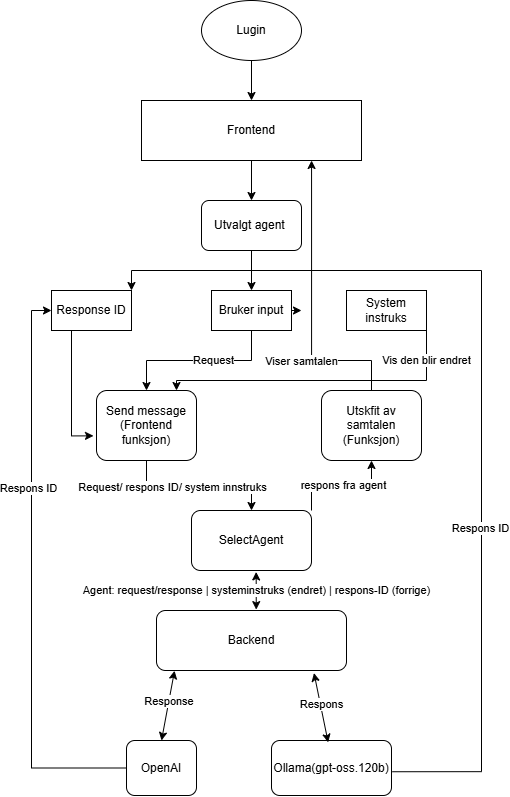
SondreHaugom/Lugin keeps this draw.io diagram as System flyt.png. Above is the earlier version. Source tidied: cells renumbered, new cells last; positions are measured from the earlier drawing's top-left corner, leaving out a move shared by most shapes.
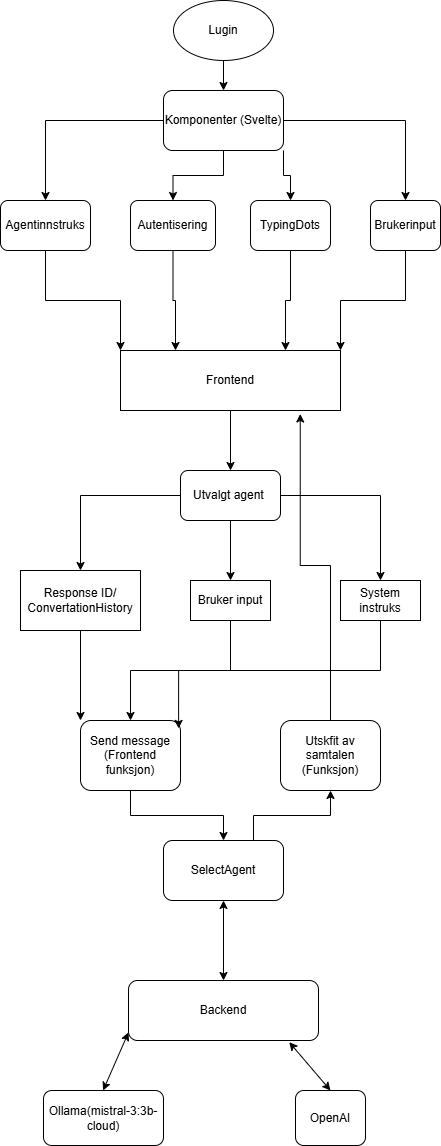
After the commit.

Change to the diagram source:
```diff
@@ -2,151 +2,128 @@
   <root>
     <mxCell id="0" />
     <mxCell id="1" parent="0" />
-    <mxCell id="2" style="edgeStyle=orthogonalEdgeStyle;rounded=0;jettySize=auto;html=1;exitX=0.5;exitY=1;exitDx=0;exitDy=0;entryX=0.5;entryY=0;entryDx=0;entryDy=0;" parent="1" edge="1" source="3" target="5">
-      <mxGeometry relative="1" as="geometry" />
-    </mxCell>
+    <mxCell id="40" style="edgeStyle=orthogonalEdgeStyle;rounded=0;jettySize=auto;html=1;exitX=0.5;exitY=1;exitDx=0;exitDy=0;entryX=0.5;entryY=0;entryDx=0;entryDy=0;" parent="1" edge="1" source="3" target="47">
+      <mxGeometry relative="1" as="geometry" />
+    </mxCell>
     <mxCell id="3" value="Lugin" style="ellipse;whiteSpace=wrap;html=1;" parent="1" vertex="1">
-      <mxGeometry x="150" width="100" height="60" as="geometry" />
+      <mxGeometry x="163" width="100" height="60" as="geometry" />
     </mxCell>
     <mxCell id="4" style="edgeStyle=orthogonalEdgeStyle;rounded=0;jettySize=auto;html=1;exitX=0.5;exitY=1;exitDx=0;exitDy=0;entryX=0.5;entryY=0;entryDx=0;entryDy=0;" parent="1" edge="1" source="5" target="29">
       <mxGeometry relative="1" as="geometry" />
     </mxCell>
     <mxCell id="5" value="&lt;span&gt;Frontend&lt;/span&gt;" style="rounded=0;whiteSpace=wrap;html=1;" parent="1" vertex="1">
-      <mxGeometry x="90" y="100" width="220" height="60" as="geometry" />
+      <mxGeometry x="110" y="350" width="220" height="60" as="geometry" />
     </mxCell>
-    <mxCell id="6" style="edgeStyle=orthogonalEdgeStyle;rounded=0;jettySize=auto;html=1;exitX=1;exitY=0.5;exitDx=0;exitDy=0;" parent="1" edge="1" source="9">
-      <mxGeometry relative="1" as="geometry">
-        <mxPoint x="250" y="310" as="targetPoint" />
-      </mxGeometry>
-    </mxCell>
-    <mxCell id="7" style="edgeStyle=orthogonalEdgeStyle;rounded=0;jettySize=auto;html=1;exitX=0.5;exitY=1;exitDx=0;exitDy=0;" parent="1" edge="1" source="9" target="17">
+    <mxCell id="7" style="edgeStyle=orthogonalEdgeStyle;rounded=0;jettySize=auto;html=1;exitX=0.5;exitY=1;exitDx=0;exitDy=0;entryX=0.5;entryY=0;entryDx=0;entryDy=0;" parent="1" edge="1" source="9" target="17">
       <mxGeometry relative="1" as="geometry" />
     </mxCell>
-    <mxCell id="8" value="Request" style="edgeLabel;html=1;align=center;verticalAlign=middle;" parent="7" vertex="1">
-      <mxGeometry x="-0.17" relative="1" as="geometry" />
-    </mxCell>
     <mxCell id="9" value="Bruker input" style="rounded=0;whiteSpace=wrap;html=1;" parent="1" vertex="1">
-      <mxGeometry x="160" y="290" width="80" height="40" as="geometry" />
+      <mxGeometry x="180" y="580" width="80" height="40" as="geometry" />
     </mxCell>
+    <mxCell id="39" style="edgeStyle=orthogonalEdgeStyle;rounded=0;jettySize=auto;html=1;exitX=0.5;exitY=1;exitDx=0;exitDy=0;entryX=0;entryY=0;entryDx=0;entryDy=0;" parent="1" edge="1" source="10" target="17">
+      <mxGeometry relative="1" as="geometry" />
+    </mxCell>
-    <mxCell id="10" value="Response ID" style="rounded=0;whiteSpace=wrap;html=1;" parent="1" vertex="1">
-      <mxGeometry y="290" width="80" height="40" as="geometry" />
+    <mxCell id="10" value="Response ID/ ConvertationHistory" style="rounded=0;whiteSpace=wrap;html=1;" parent="1" vertex="1">
+      <mxGeometry x="10" y="570" width="120" height="60" as="geometry" />
     </mxCell>
-    <mxCell id="11" style="edgeStyle=orthogonalEdgeStyle;rounded=0;orthogonalLoop=1;jettySize=auto;html=1;exitX=1;exitY=0.5;exitDx=0;exitDy=0;entryX=1;entryY=0;entryDx=0;entryDy=0;" parent="1" edge="1">
-      <mxGeometry relative="1" as="geometry">
-        <mxPoint x="355" y="310" as="sourcePoint" />
-        <mxPoint x="125" y="390" as="targetPoint" />
-        <Array as="points">
-          <mxPoint x="375" y="310" />
-          <mxPoint x="375" y="380" />
-          <mxPoint x="125" y="380" />
-        </Array>
-      </mxGeometry>
-    </mxCell>
-    <mxCell id="12" value="Vis den blir endret" style="edgeLabel;html=1;align=center;verticalAlign=middle;" parent="11" vertex="1">
-      <mxGeometry x="-0.37" relative="1" as="geometry">
-        <mxPoint x="20" y="-20" as="offset" />
-      </mxGeometry>
-    </mxCell>
     <mxCell id="13" value="System instruks" style="rounded=0;whiteSpace=wrap;html=1;" parent="1" vertex="1">
-      <mxGeometry x="295" y="290" width="80" height="40" as="geometry" />
+      <mxGeometry x="330" y="580" width="80" height="40" as="geometry" />
     </mxCell>
     <mxCell id="14" style="edgeStyle=orthogonalEdgeStyle;rounded=0;jettySize=auto;html=1;exitX=0.5;exitY=1;exitDx=0;exitDy=0;entryX=0.5;entryY=0;entryDx=0;entryDy=0;" parent="1" edge="1" source="17" target="20">
       <mxGeometry relative="1" as="geometry" />
     </mxCell>
-    <mxCell id="15" value="Request/ respons ID/ system innstruks" style="edgeLabel;html=1;align=center;verticalAlign=middle;" parent="14" vertex="1">
-      <mxGeometry x="0.08" y="-2" relative="1" as="geometry">
-        <mxPoint x="-34" as="offset" />
-      </mxGeometry>
-    </mxCell>
-    <mxCell id="16" value="&lt;div&gt;&lt;br&gt;&lt;/div&gt;" style="edgeLabel;html=1;align=center;verticalAlign=middle;" parent="14" vertex="1">
-      <mxGeometry x="0.45" relative="1" as="geometry" />
-    </mxCell>
     <mxCell id="17" value="Send message (Frontend funksjon)" style="rounded=1;whiteSpace=wrap;html=1;" parent="1" vertex="1">
-      <mxGeometry x="45" y="390" width="100" height="70" as="geometry" />
+      <mxGeometry x="70" y="720" width="100" height="70" as="geometry" />
     </mxCell>
-    <mxCell id="18" style="edgeStyle=orthogonalEdgeStyle;rounded=0;jettySize=auto;html=1;exitX=1;exitY=0;exitDx=0;exitDy=0;entryX=0.5;entryY=1;entryDx=0;entryDy=0;" parent="1" edge="1" source="20" target="27">
+    <mxCell id="18" style="edgeStyle=orthogonalEdgeStyle;rounded=0;jettySize=auto;html=1;exitX=0.75;exitY=0;exitDx=0;exitDy=0;entryX=0.5;entryY=1;entryDx=0;entryDy=0;" parent="1" edge="1" source="20" target="27">
       <mxGeometry relative="1" as="geometry" />
     </mxCell>
-    <mxCell id="19" value="respons fra agent" style="edgeLabel;html=1;align=center;verticalAlign=middle;" parent="18" vertex="1">
-      <mxGeometry x="0.03" relative="1" as="geometry" />
-    </mxCell>
     <mxCell id="20" value="SelectAgent" style="rounded=1;whiteSpace=wrap;html=1;" parent="1" vertex="1">
-      <mxGeometry x="140" y="510" width="120" height="60" as="geometry" />
+      <mxGeometry x="153" y="840" width="120" height="60" as="geometry" />
     </mxCell>
-    <mxCell id="21" style="edgeStyle=orthogonalEdgeStyle;rounded=0;jettySize=auto;html=1;exitX=0;exitY=0.5;exitDx=0;exitDy=0;entryX=0;entryY=0.5;entryDx=0;entryDy=0;" parent="1" edge="1" source="23" target="10">
-      <mxGeometry relative="1" as="geometry" />
-    </mxCell>
-    <mxCell id="22" value="Respons ID" style="edgeLabel;html=1;align=center;verticalAlign=middle;" parent="21" vertex="1">
-      <mxGeometry x="0.31" y="3" relative="1" as="geometry" />
-    </mxCell>
     <mxCell id="23" value="OpenAI" style="rounded=1;whiteSpace=wrap;html=1;" parent="1" vertex="1">
-      <mxGeometry x="75" y="740" width="70" height="55" as="geometry" />
+      <mxGeometry x="285" y="1090" width="70" height="55" as="geometry" />
     </mxCell>
-    <mxCell id="24" style="edgeStyle=orthogonalEdgeStyle;rounded=0;jettySize=auto;html=1;entryX=1;entryY=0;entryDx=0;entryDy=0;exitX=1.007;exitY=0.568;exitDx=0;exitDy=0;exitPerimeter=0;" parent="1" edge="1" source="26" target="10">
-      <mxGeometry relative="1" as="geometry">
-        <Array as="points">
-          <mxPoint x="430" y="771" />
-          <mxPoint x="430" y="270" />
-          <mxPoint x="80" y="270" />
-        </Array>
-      </mxGeometry>
-    </mxCell>
-    <mxCell id="25" value="Respons ID" style="edgeLabel;html=1;align=center;verticalAlign=middle;" parent="24" vertex="1">
-      <mxGeometry x="-0.31" y="1" relative="1" as="geometry" />
-    </mxCell>
-    <mxCell id="26" value="Ollama(gpt-oss.120b)" style="rounded=1;whiteSpace=wrap;html=1;" parent="1" vertex="1">
-      <mxGeometry x="220" y="740" width="120" height="55" as="geometry" />
+    <mxCell id="26" value="Ollama(mistral-3:3b-cloud)" style="rounded=1;whiteSpace=wrap;html=1;" parent="1" vertex="1">
+      <mxGeometry x="33" y="1090" width="120" height="55" as="geometry" />
     </mxCell>
     <mxCell id="27" value="Utskfit av samtalen (Funksjon)" style="rounded=1;whiteSpace=wrap;html=1;" parent="1" vertex="1">
-      <mxGeometry x="270" y="390" width="100" height="70" as="geometry" />
+      <mxGeometry x="270" y="720" width="100" height="70" as="geometry" />
     </mxCell>
+    <mxCell id="41" style="edgeStyle=orthogonalEdgeStyle;rounded=0;jettySize=auto;html=1;exitX=0;exitY=0.5;exitDx=0;exitDy=0;entryX=0.5;entryY=0;entryDx=0;entryDy=0;" parent="1" edge="1" source="29" target="10">
+      <mxGeometry relative="1" as="geometry" />
+    </mxCell>
+    <mxCell id="42" style="edgeStyle=orthogonalEdgeStyle;rounded=0;jettySize=auto;html=1;exitX=1;exitY=0.5;exitDx=0;exitDy=0;entryX=0.5;entryY=0;entryDx=0;entryDy=0;" parent="1" edge="1" source="29" target="13">
+      <mxGeometry relative="1" as="geometry" />
+    </mxCell>
     <mxCell id="28" style="edgeStyle=orthogonalEdgeStyle;rounded=0;jettySize=auto;html=1;exitX=0.5;exitY=1;exitDx=0;exitDy=0;entryX=0.5;entryY=0;entryDx=0;entryDy=0;" parent="1" edge="1" source="29" target="9">
       <mxGeometry relative="1" as="geometry" />
     </mxCell>
     <mxCell id="29" value="Utvalgt agent&amp;nbsp;" style="rounded=1;whiteSpace=wrap;html=1;" parent="1" vertex="1">
-      <mxGeometry x="150" y="200" width="100" height="50" as="geometry" />
+      <mxGeometry x="170" y="470" width="100" height="50" as="geometry" />
     </mxCell>
     <mxCell id="30" value="Backend" style="rounded=1;whiteSpace=wrap;html=1;" parent="1" vertex="1">
-      <mxGeometry x="105" y="610" width="190" height="60" as="geometry" />
+      <mxGeometry x="118" y="980" width="190" height="60" as="geometry" />
     </mxCell>
-    <mxCell id="31" style="endArrow=classic;startArrow=classic;html=1;rounded=0;exitX=0.525;exitY=-0.015;exitDx=0;exitDy=0;exitPerimeter=0;entryX=0.539;entryY=1.024;entryDx=0;entryDy=0;entryPerimeter=0;" parent="1" edge="1" source="30" target="20">
-      <mxGeometry relative="1" as="geometry" />
-    </mxCell>
-    <mxCell id="32" value="Agent: request/response | systeminstruks (endret) | respons-ID (forrige)" style="edgeLabel;html=1;align=center;verticalAlign=middle;" parent="31" vertex="1">
-      <mxGeometry x="0.02" relative="1" as="geometry" />
-    </mxCell>
-    <mxCell id="33" style="endArrow=classic;startArrow=classic;html=1;rounded=0;exitX=0.5;exitY=0;exitDx=0;exitDy=0;entryX=0.095;entryY=1.004;entryDx=0;entryDy=0;entryPerimeter=0;" parent="1" edge="1" source="23" target="30">
-      <mxGeometry relative="1" as="geometry" />
-    </mxCell>
-    <mxCell id="34" value="Response&amp;nbsp;" style="edgeLabel;html=1;align=center;verticalAlign=middle;" parent="33" vertex="1">
-      <mxGeometry x="0.12" y="-1" relative="1" as="geometry" />
-    </mxCell>
-    <mxCell id="35" style="endArrow=classic;startArrow=classic;html=1;rounded=0;exitX=0.472;exitY=0.033;exitDx=0;exitDy=0;entryX=0.829;entryY=1.043;entryDx=0;entryDy=0;entryPerimeter=0;exitPerimeter=0;" parent="1" edge="1" source="26" target="30">
-      <mxGeometry relative="1" as="geometry" />
-    </mxCell>
-    <mxCell id="36" value="Respons" style="edgeLabel;html=1;align=center;verticalAlign=middle;" parent="35" vertex="1">
-      <mxGeometry x="0.08" y="-1" relative="1" as="geometry" />
-    </mxCell>
+    <mxCell id="43" style="edgeStyle=orthogonalEdgeStyle;rounded=0;jettySize=auto;html=1;exitX=0.5;exitY=1;exitDx=0;exitDy=0;entryX=0.5;entryY=0;entryDx=0;entryDy=0;" parent="1" edge="1" source="47" target="51">
+      <mxGeometry relative="1" as="geometry" />
+    </mxCell>
+    <mxCell id="44" style="edgeStyle=orthogonalEdgeStyle;rounded=0;jettySize=auto;html=1;exitX=0;exitY=0.5;exitDx=0;exitDy=0;entryX=0.5;entryY=0;entryDx=0;entryDy=0;" parent="1" edge="1" source="47" target="49">
+      <mxGeometry relative="1" as="geometry" />
+    </mxCell>
+    <mxCell id="45" style="edgeStyle=orthogonalEdgeStyle;rounded=0;jettySize=auto;html=1;exitX=1;exitY=1;exitDx=0;exitDy=0;entryX=0.5;entryY=0;entryDx=0;entryDy=0;" parent="1" edge="1" source="47" target="53">
+      <mxGeometry relative="1" as="geometry" />
+    </mxCell>
+    <mxCell id="46" style="edgeStyle=orthogonalEdgeStyle;rounded=0;jettySize=auto;html=1;exitX=1;exitY=0.5;exitDx=0;exitDy=0;entryX=0.5;entryY=0;entryDx=0;entryDy=0;" parent="1" edge="1" source="47" target="54">
+      <mxGeometry relative="1" as="geometry" />
+    </mxCell>
+    <mxCell id="47" value="Komponenter (Svelte)" style="rounded=1;whiteSpace=wrap;html=1;" parent="1" vertex="1">
+      <mxGeometry x="153" y="90" width="120" height="60" as="geometry" />
+    </mxCell>
+    <mxCell id="48" style="edgeStyle=orthogonalEdgeStyle;rounded=0;jettySize=auto;html=1;exitX=0.5;exitY=1;exitDx=0;exitDy=0;entryX=0;entryY=0;entryDx=0;entryDy=0;" parent="1" edge="1" source="49" target="5">
+      <mxGeometry relative="1" as="geometry" />
+    </mxCell>
+    <mxCell id="49" value="Agentinnstruks" style="rounded=1;whiteSpace=wrap;html=1;" parent="1" vertex="1">
+      <mxGeometry x="-10" y="200" width="90" height="50" as="geometry" />
+    </mxCell>
+    <mxCell id="50" style="edgeStyle=orthogonalEdgeStyle;rounded=0;jettySize=auto;html=1;exitX=0.5;exitY=1;exitDx=0;exitDy=0;entryX=0.25;entryY=0;entryDx=0;entryDy=0;" parent="1" edge="1" source="51" target="5">
+      <mxGeometry relative="1" as="geometry" />
+    </mxCell>
+    <mxCell id="51" value="Autentisering" style="rounded=1;whiteSpace=wrap;html=1;" parent="1" vertex="1">
+      <mxGeometry x="120" y="200" width="85" height="50" as="geometry" />
+    </mxCell>
+    <mxCell id="52" style="edgeStyle=orthogonalEdgeStyle;rounded=0;jettySize=auto;html=1;exitX=0.5;exitY=1;exitDx=0;exitDy=0;entryX=0.75;entryY=0;entryDx=0;entryDy=0;" parent="1" edge="1" source="53" target="5">
+      <mxGeometry relative="1" as="geometry" />
+    </mxCell>
+    <mxCell id="53" value="TypingDots" style="rounded=1;whiteSpace=wrap;html=1;" parent="1" vertex="1">
+      <mxGeometry x="240" y="200" width="80" height="50" as="geometry" />
+    </mxCell>
+    <mxCell id="54" value="Brukerinput" style="rounded=1;whiteSpace=wrap;html=1;" parent="1" vertex="1">
+      <mxGeometry x="360" y="200" width="70" height="50" as="geometry" />
+    </mxCell>
+    <mxCell id="55" style="edgeStyle=orthogonalEdgeStyle;rounded=0;jettySize=auto;html=1;exitX=0.5;exitY=1;exitDx=0;exitDy=0;entryX=1;entryY=0;entryDx=0;entryDy=0;" parent="1" edge="1" source="54" target="5">
+      <mxGeometry relative="1" as="geometry" />
+    </mxCell>
+    <mxCell id="56" style="edgeStyle=orthogonalEdgeStyle;rounded=0;jettySize=auto;html=1;exitX=0.5;exitY=1;exitDx=0;exitDy=0;entryX=0.981;entryY=0.113;entryDx=0;entryDy=0;entryPerimeter=0;" parent="1" edge="1" source="13" target="17">
+      <mxGeometry relative="1" as="geometry" />
+    </mxCell>
+    <mxCell id="57" style="endArrow=classic;startArrow=classic;html=1;rounded=0;entryX=0.5;entryY=1;entryDx=0;entryDy=0;" parent="1" edge="1" target="20">
+      <mxGeometry relative="1" as="geometry">
+        <mxPoint x="213" y="980" as="sourcePoint" />
+      </mxGeometry>
+    </mxCell>
+    <mxCell id="58" style="endArrow=classic;startArrow=classic;html=1;rounded=0;entryX=0;entryY=0.865;entryDx=0;entryDy=0;entryPerimeter=0;" parent="1" edge="1" target="30">
+      <mxGeometry relative="1" as="geometry">
+        <mxPoint x="92.6" y="1090" as="sourcePoint" />
+      </mxGeometry>
+    </mxCell>
+    <mxCell id="59" style="endArrow=classic;startArrow=classic;html=1;rounded=0;entryX=0.846;entryY=1.028;entryDx=0;entryDy=0;entryPerimeter=0;" parent="1" edge="1" target="30">
+      <mxGeometry relative="1" as="geometry">
+        <mxPoint x="320" y="1090" as="sourcePoint" />
+      </mxGeometry>
+    </mxCell>
-    <mxCell id="37" style="edgeStyle=orthogonalEdgeStyle;rounded=0;jettySize=auto;html=1;exitX=0.5;exitY=0;exitDx=0;exitDy=0;entryX=0.773;entryY=1;entryDx=0;entryDy=0;entryPerimeter=0;" parent="1" edge="1" source="27" target="5">
-      <mxGeometry relative="1" as="geometry">
-        <Array as="points">
-          <mxPoint x="320" y="360" />
-          <mxPoint x="260" y="360" />
-        </Array>
-      </mxGeometry>
+    <mxCell id="37" style="edgeStyle=orthogonalEdgeStyle;rounded=0;jettySize=auto;html=1;exitX=0.5;exitY=0;exitDx=0;exitDy=0;entryX=0.817;entryY=1.058;entryDx=0;entryDy=0;entryPerimeter=0;" parent="1" edge="1" source="27" target="5">
+      <mxGeometry relative="1" as="geometry" />
     </mxCell>
-    <mxCell id="38" value="Viser samtalen" style="edgeLabel;html=1;align=center;verticalAlign=middle;" parent="37" vertex="1">
-      <mxGeometry x="-0.02" relative="1" as="geometry">
-        <mxPoint x="-10" y="52" as="offset" />
-      </mxGeometry>
-    </mxCell>
-    <mxCell id="39" style="edgeStyle=orthogonalEdgeStyle;rounded=0;jettySize=auto;html=1;exitX=0.5;exitY=1;exitDx=0;exitDy=0;entryX=-0.03;entryY=0.648;entryDx=0;entryDy=0;entryPerimeter=0;" parent="1" edge="1" source="10" target="17">
-      <mxGeometry relative="1" as="geometry">
-        <Array as="points">
-          <mxPoint x="20" y="330" />
-          <mxPoint x="20" y="435" />
-        </Array>
-      </mxGeometry>
-    </mxCell>
   </root>
 </mxGraphModel>
```
